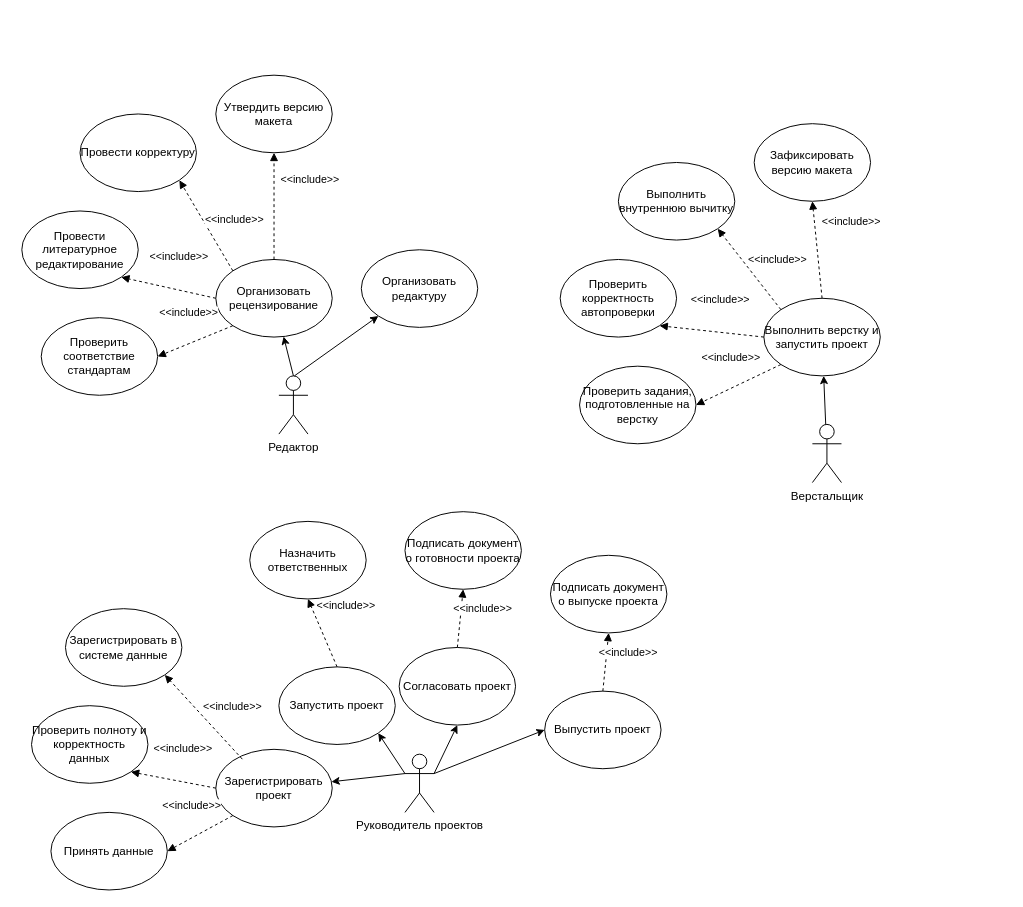
This is ortps_3.drawio from danaddi/draw.io, a draw.io file, before an edit. Source tidied: cells renumbered, new cells numbered last; positions are measured from the earlier drawing's top-left corner, leaving out a move shared by most shapes. Both pictures are drawn from the tidied source at 97%, with x=0, y=0 at pixel (21, 75).
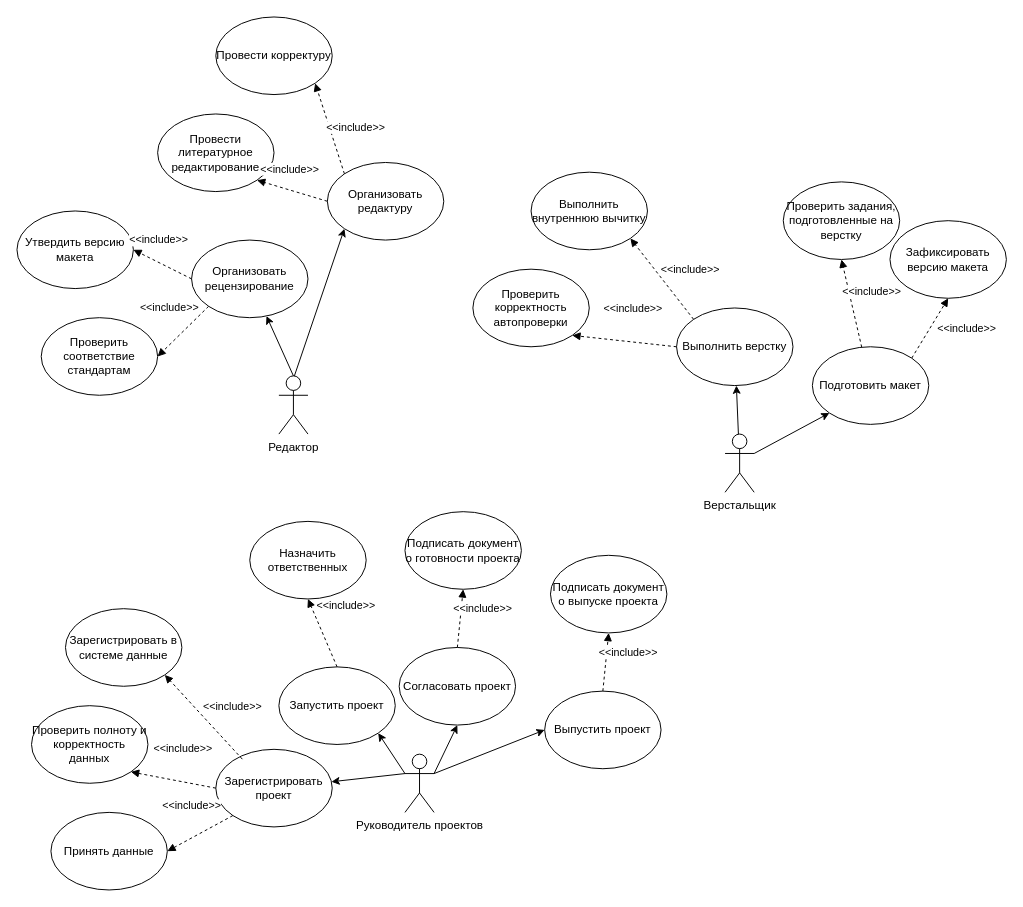
The same page after the edit.

Diff of the diagram source:
```diff
@@
     <mxCell id="4" value="Верстальщик" style="shape=umlActor;verticalLabelPosition=bottom;verticalAlign=top;html=1;outlineConnect=0;" parent="1" vertex="1">
-      <mxGeometry x="815" y="360" width="30" height="60" as="geometry" />
+      <mxGeometry x="725" y="370" width="30" height="60" as="geometry" />
     </mxCell>
@@
-    <mxCell id="10" value="Выполнить верстку и запустить проект" style="ellipse;whiteSpace=wrap;html=1;" parent="1" vertex="1">
-      <mxGeometry x="765" y="230" width="120" height="80" as="geometry" />
+    <mxCell id="10" value="Выполнить верстку" style="ellipse;whiteSpace=wrap;html=1;" parent="1" vertex="1">
+      <mxGeometry x="675" y="240" width="120" height="80" as="geometry" />
     </mxCell>
@@
     <mxCell id="21" value="Проверить задания, подготовленные&amp;nbsp;на верстку" style="ellipse;whiteSpace=wrap;html=1;" parent="1" vertex="1">
-      <mxGeometry x="575" y="300" width="120" height="80" as="geometry" />
+      <mxGeometry x="785" y="110" width="120" height="80" as="geometry" />
     </mxCell>
-    <mxCell id="22" value="&amp;lt;&amp;lt;include&amp;gt;&amp;gt;" style="html=1;verticalAlign=bottom;endArrow=block;curved=0;rounded=0;exitX=0;exitY=1;exitDx=0;exitDy=0;entryX=1;entryY=0.5;entryDx=0;entryDy=0;dashed=1;" parent="1" edge="1" source="10" target="21">
+    <mxCell id="22" value="&amp;lt;&amp;lt;include&amp;gt;&amp;gt;" style="html=1;verticalAlign=bottom;endArrow=block;curved=0;rounded=0;entryX=0.5;entryY=1;entryDx=0;entryDy=0;dashed=1;" parent="1" edge="1" source="47" target="21">
       <mxGeometry x="-0.03" y="-21" relative="1" as="geometry" />
     </mxCell>
     <mxCell id="23" value="Проверить корректность автопроверки" style="ellipse;whiteSpace=wrap;html=1;" parent="1" vertex="1">
-      <mxGeometry x="555" y="190" width="120" height="80" as="geometry" />
+      <mxGeometry x="465" y="200" width="120" height="80" as="geometry" />
     </mxCell>
@@
     <mxCell id="25" value="Выполнить внутреннюю вычитку" style="ellipse;whiteSpace=wrap;html=1;" parent="1" vertex="1">
-      <mxGeometry x="615" y="90" width="120" height="80" as="geometry" />
+      <mxGeometry x="525" y="100" width="120" height="80" as="geometry" />
     </mxCell>
@@
     <mxCell id="27" value="Зафиксировать версию макета" style="ellipse;whiteSpace=wrap;html=1;" parent="1" vertex="1">
-      <mxGeometry x="755" y="50" width="120" height="80" as="geometry" />
+      <mxGeometry x="895" y="150" width="120" height="80" as="geometry" />
     </mxCell>
-    <mxCell id="28" value="&amp;lt;&amp;lt;include&amp;gt;&amp;gt;" style="html=1;verticalAlign=bottom;endArrow=block;curved=0;rounded=0;exitX=0.5;exitY=0;exitDx=0;exitDy=0;entryX=0.5;entryY=1;entryDx=0;entryDy=0;dashed=1;" parent="1" edge="1" source="10" target="27">
+    <mxCell id="28" value="&amp;lt;&amp;lt;include&amp;gt;&amp;gt;" style="html=1;verticalAlign=bottom;endArrow=block;curved=0;rounded=0;exitX=1;exitY=0;exitDx=0;exitDy=0;entryX=0.5;entryY=1;entryDx=0;entryDy=0;dashed=1;" parent="1" edge="1" source="47" target="27">
       <mxGeometry x="0.33" y="-37" relative="1" as="geometry" />
     </mxCell>
@@
     <mxCell id="30" value="Организовать рецензирование" style="ellipse;whiteSpace=wrap;html=1;" parent="1" vertex="1">
-      <mxGeometry x="200" y="190" width="120" height="80" as="geometry" />
+      <mxGeometry x="175" y="170" width="120" height="80" as="geometry" />
     </mxCell>
@@
-    <mxCell id="33" value="Провести литературное редактирование" style="ellipse;whiteSpace=wrap;html=1;" parent="1" vertex="1">
-      <mxGeometry y="140" width="120" height="80" as="geometry" />
-    </mxCell>
-    <mxCell id="34" value="&amp;lt;&amp;lt;include&amp;gt;&amp;gt;" style="html=1;verticalAlign=bottom;endArrow=block;curved=0;rounded=0;exitX=0;exitY=0.5;exitDx=0;exitDy=0;entryX=1;entryY=1;entryDx=0;entryDy=0;dashed=1;" parent="1" edge="1" source="30" target="33">
-      <mxGeometry x="-0.12" y="-25" relative="1" as="geometry" />
-    </mxCell>
-    <mxCell id="35" value="Провести корректуру" style="ellipse;whiteSpace=wrap;html=1;" parent="1" vertex="1">
-      <mxGeometry x="60" y="40" width="120" height="80" as="geometry" />
-    </mxCell>
-    <mxCell id="36" value="&amp;lt;&amp;lt;include&amp;gt;&amp;gt;" style="html=1;verticalAlign=bottom;endArrow=block;curved=0;rounded=0;entryX=1;entryY=1;entryDx=0;entryDy=0;exitX=0;exitY=0;exitDx=0;exitDy=0;dashed=1;" parent="1" edge="1" source="30" target="35">
-      <mxGeometry x="-0.32" y="-23" relative="1" as="geometry" />
-    </mxCell>
     <mxCell id="37" value="Утвердить версию макета" style="ellipse;whiteSpace=wrap;html=1;" parent="1" vertex="1">
-      <mxGeometry x="200" width="120" height="80" as="geometry" />
+      <mxGeometry x="-5" y="140" width="120" height="80" as="geometry" />
     </mxCell>
-    <mxCell id="38" value="&amp;lt;&amp;lt;include&amp;gt;&amp;gt;" style="html=1;verticalAlign=bottom;endArrow=block;curved=0;rounded=0;exitX=0.5;exitY=0;exitDx=0;exitDy=0;entryX=0.5;entryY=1;entryDx=0;entryDy=0;dashed=1;" parent="1" edge="1" source="30" target="37">
-      <mxGeometry x="0.33" y="-37" relative="1" as="geometry" />
+    <mxCell id="38" value="&amp;lt;&amp;lt;include&amp;gt;&amp;gt;" style="html=1;verticalAlign=bottom;endArrow=block;curved=0;rounded=0;exitX=0;exitY=0.5;exitDx=0;exitDy=0;entryX=1;entryY=0.5;entryDx=0;entryDy=0;dashed=1;" parent="1" edge="1" source="30" target="37">
+      <mxGeometry x="0.32" y="-13" relative="1" as="geometry" />
     </mxCell>
@@
     <mxCell id="45" value="Организовать редактуру" style="ellipse;whiteSpace=wrap;html=1;" parent="1" vertex="1">
-      <mxGeometry x="350" y="180" width="120" height="80" as="geometry" />
+      <mxGeometry x="315" y="90" width="120" height="80" as="geometry" />
     </mxCell>
@@
+    <mxCell id="33" value="Провести литературное редактирование" style="ellipse;whiteSpace=wrap;html=1;" parent="1" vertex="1">
+      <mxGeometry x="140" y="40" width="120" height="80" as="geometry" />
+    </mxCell>
+    <mxCell id="34" value="&amp;lt;&amp;lt;include&amp;gt;&amp;gt;" style="html=1;verticalAlign=bottom;endArrow=block;curved=0;rounded=0;exitX=0;exitY=0.5;exitDx=0;exitDy=0;entryX=1;entryY=1;entryDx=0;entryDy=0;dashed=1;" parent="1" edge="1" source="45" target="33">
+      <mxGeometry x="0.16" y="-12" relative="1" as="geometry" />
+    </mxCell>
+    <mxCell id="35" value="Провести корректуру" style="ellipse;whiteSpace=wrap;html=1;" parent="1" vertex="1">
+      <mxGeometry x="200" y="-60" width="120" height="80" as="geometry" />
+    </mxCell>
+    <mxCell id="36" value="&amp;lt;&amp;lt;include&amp;gt;&amp;gt;" style="html=1;verticalAlign=bottom;endArrow=block;curved=0;rounded=0;entryX=1;entryY=1;entryDx=0;entryDy=0;exitX=0;exitY=0;exitDx=0;exitDy=0;dashed=1;" parent="1" edge="1" source="45" target="35">
+      <mxGeometry x="-0.32" y="-23" relative="1" as="geometry" />
+    </mxCell>
+    <mxCell id="47" value="Подготовить макет" style="ellipse;whiteSpace=wrap;html=1;" parent="1" vertex="1">
+      <mxGeometry x="815" y="280" width="120" height="80" as="geometry" />
+    </mxCell>
+    <mxCell id="48" style="rounded=0;jettySize=auto;html=1;entryX=0;entryY=1;entryDx=0;entryDy=0;exitX=1;exitY=0.3333333333333333;exitDx=0;exitDy=0;exitPerimeter=0;" parent="1" edge="1" source="4" target="47">
+      <mxGeometry relative="1" as="geometry" />
+    </mxCell>
```
